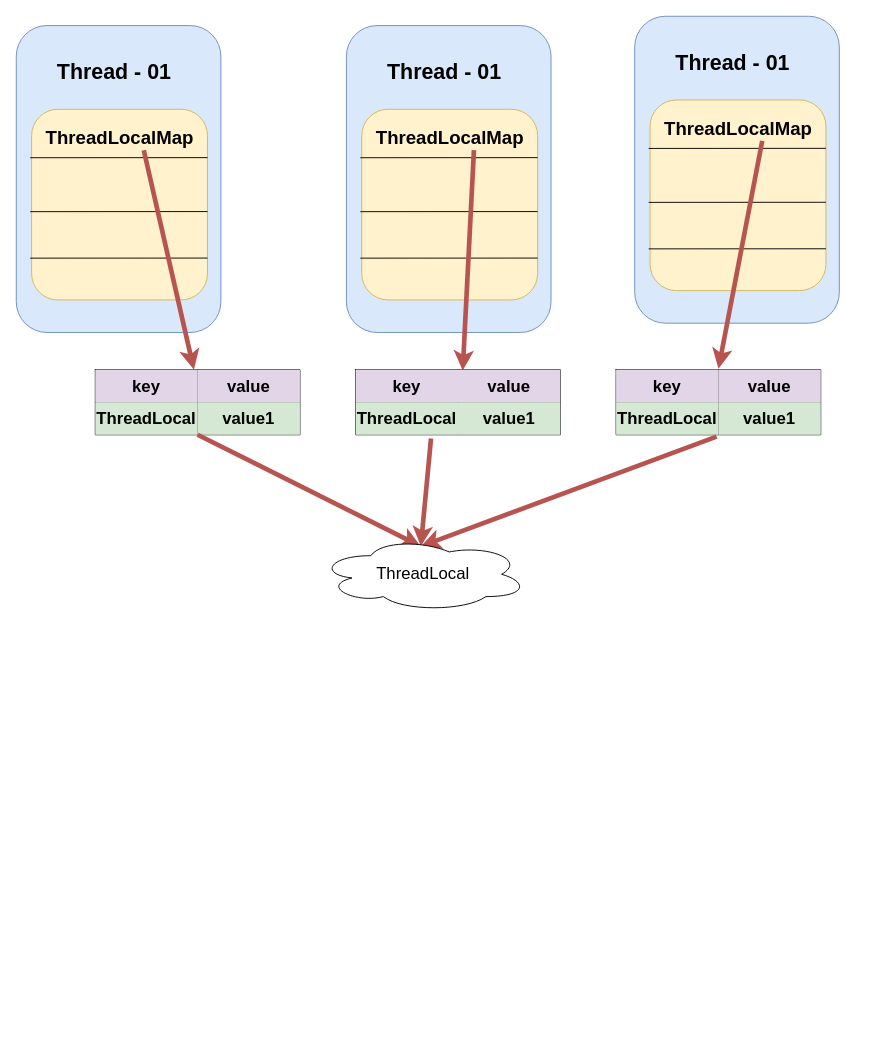
C-wx/MindManager keeps this draw.io diagram as ThreadLocal.drawio. Above is the earlier version. Source tidied: cells renumbered, new cells numbered last; positions are measured from the earlier drawing's top-left corner, leaving out a move shared by most shapes. Both pictures are drawn from the tidied source at 93%, with x=0, y=0 at pixel (16, 16).
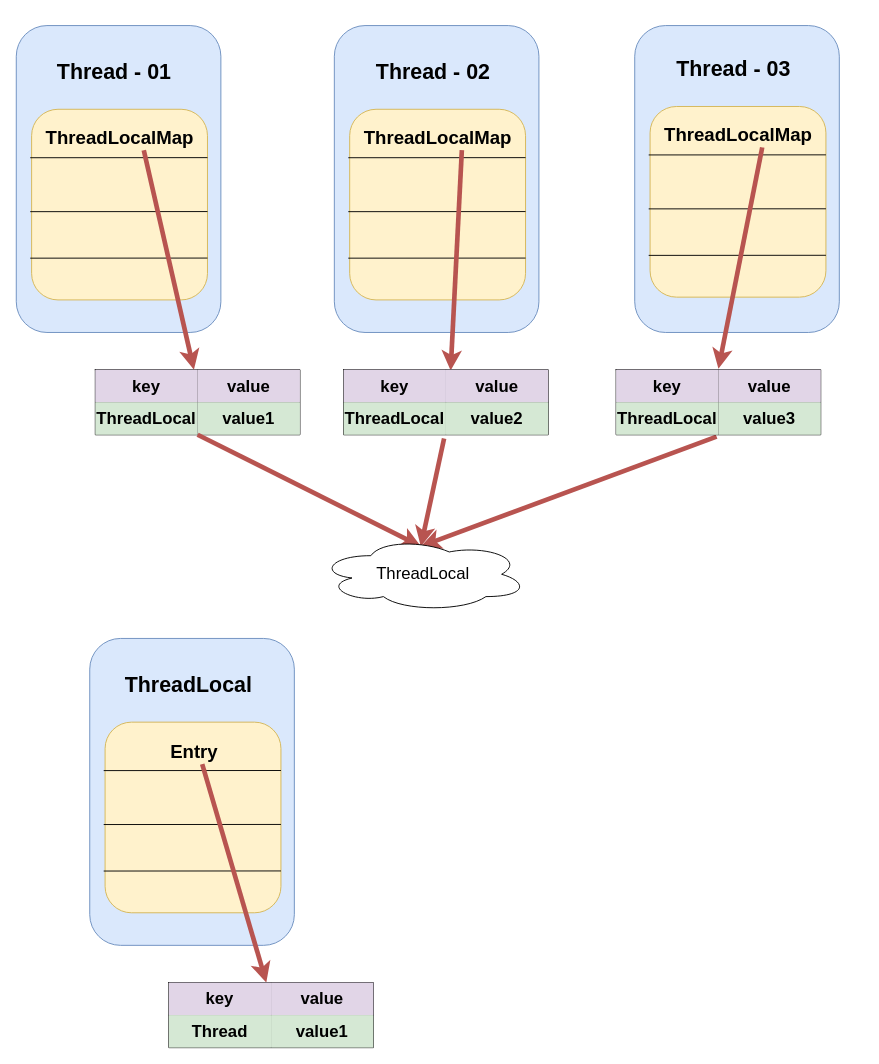
The same page after the edit.

Unchanged cells that the change refers to:
```xml
<mxCell id="50" style="shape=partialRectangle;html=1;whiteSpace=wrap;fillColor=none;top=0;left=0;bottom=0;right=0;points=[[0,0.5],[1,0.5]];portConstraint=eastwest;fontSize=18;fontStyle=1;" parent="46" vertex="1">
  <mxGeometry y="35" width="220" height="35" as="geometry" />
</mxCell>
```

What changed in the source:
```diff
@@
     <mxCell id="12" style="rounded=1;whiteSpace=wrap;html=1;fillColor=#dae8fc;strokeColor=#6c8ebf;" parent="1" vertex="1">
-      <mxGeometry x="355" y="10" width="220" height="330" as="geometry" />
+      <mxGeometry x="342" y="10" width="220" height="330" as="geometry" />
     </mxCell>
-    <mxCell id="13" value="&lt;font size=&quot;1&quot;&gt;&lt;b style=&quot;font-size: 23px&quot;&gt;Thread - 01&lt;/b&gt;&lt;/font&gt;" style="text;html=1;align=center;verticalAlign=middle;" parent="1" vertex="1">
-      <mxGeometry x="390" y="50" width="140" height="20" as="geometry" />
+    <mxCell id="13" value="&lt;font size=&quot;1&quot;&gt;&lt;b style=&quot;font-size: 23px&quot;&gt;Thread - 02&lt;/b&gt;&lt;/font&gt;" style="text;html=1;align=center;verticalAlign=middle;" parent="1" vertex="1">
+      <mxGeometry x="381" y="49" width="133" height="22" as="geometry" />
     </mxCell>
     <mxCell id="14" style="group;" parent="1" vertex="1">
-      <mxGeometry x="370" y="100" width="230" height="205" as="geometry" />
+      <mxGeometry x="357" y="100" width="230" height="205" as="geometry" />
     </mxCell>
@@
-    <mxCell id="22" style="shape=table;html=1;whiteSpace=wrap;startSize=0;childLayout=tableLayout;fontSize=18;fontStyle=1;" parent="1" vertex="1">
-      <mxGeometry x="365" y="380" width="220" height="70" as="geometry" />
-    </mxCell>
-    <mxCell id="23" style="shape=partialRectangle;html=1;whiteSpace=wrap;fillColor=none;top=0;left=0;bottom=0;right=0;points=[[0,0.5],[1,0.5]];portConstraint=eastwest;fontSize=18;fontStyle=1;" parent="22" vertex="1">
-      <mxGeometry width="220" height="35" as="geometry" />
-    </mxCell>
-    <mxCell id="24" value="key" style="shape=partialRectangle;html=1;whiteSpace=wrap;overflow=hidden;fillColor=#e1d5e7;top=0;left=0;bottom=0;right=0;fontSize=18;fontStyle=1;strokeColor=#9673a6;" parent="23" vertex="1">
-      <mxGeometry width="110" height="35" as="geometry" />
-    </mxCell>
-    <mxCell id="25" value="value" style="shape=partialRectangle;html=1;whiteSpace=wrap;overflow=hidden;fillColor=#e1d5e7;top=0;left=0;bottom=0;right=0;fontSize=18;fontStyle=1;strokeColor=#9673a6;" parent="23" vertex="1">
-      <mxGeometry x="110" width="110" height="35" as="geometry" />
-    </mxCell>
-    <mxCell id="26" style="shape=partialRectangle;html=1;whiteSpace=wrap;fillColor=none;top=0;left=0;bottom=0;right=0;points=[[0,0.5],[1,0.5]];portConstraint=eastwest;fontSize=18;fontStyle=1;" parent="22" vertex="1">
-      <mxGeometry y="35" width="220" height="35" as="geometry" />
-    </mxCell>
-    <mxCell id="27" value="ThreadLocal" style="shape=partialRectangle;html=1;whiteSpace=wrap;overflow=hidden;fillColor=#d5e8d4;top=0;left=0;bottom=0;right=0;fontSize=18;fontStyle=1;strokeColor=#82b366;" parent="26" vertex="1">
-      <mxGeometry width="110" height="35" as="geometry" />
-    </mxCell>
-    <mxCell id="28" value="value1" style="shape=partialRectangle;html=1;whiteSpace=wrap;overflow=hidden;fillColor=#d5e8d4;top=0;left=0;bottom=0;right=0;fontSize=18;fontStyle=1;strokeColor=#82b366;" parent="26" vertex="1">
-      <mxGeometry x="110" width="110" height="35" as="geometry" />
-    </mxCell>
@@
     <mxCell id="36" style="rounded=1;whiteSpace=wrap;html=1;fillColor=#dae8fc;strokeColor=#6c8ebf;" parent="1" vertex="1">
-      <mxGeometry x="665" width="220" height="330" as="geometry" />
+      <mxGeometry x="665" y="10" width="220" height="330" as="geometry" />
     </mxCell>
-    <mxCell id="37" value="&lt;font size=&quot;1&quot;&gt;&lt;b style=&quot;font-size: 23px&quot;&gt;Thread - 01&lt;/b&gt;&lt;/font&gt;" style="text;html=1;align=center;verticalAlign=middle;" parent="1" vertex="1">
-      <mxGeometry x="700" y="40" width="140" height="20" as="geometry" />
+    <mxCell id="37" value="&lt;font size=&quot;1&quot;&gt;&lt;b style=&quot;font-size: 23px&quot;&gt;Thread - 03&lt;/b&gt;&lt;/font&gt;" style="text;html=1;align=center;verticalAlign=middle;" parent="1" vertex="1">
+      <mxGeometry x="704" y="46" width="133" height="22" as="geometry" />
     </mxCell>
     <mxCell id="38" style="group;" parent="1" vertex="1">
-      <mxGeometry x="680" y="90" width="230" height="205" as="geometry" />
+      <mxGeometry x="680" y="97" width="230" height="205" as="geometry" />
     </mxCell>
@@
+    <mxCell id="53" style="endArrow=classic;html=1;exitX=0.653;exitY=1.2;exitDx=0;exitDy=0;exitPerimeter=0;fillColor=#f8cecc;strokeColor=#B85450;strokeWidth=5;" parent="1" edge="1">
+      <mxGeometry relative="1" as="geometry">
+        <mxPoint x="195" y="450" as="sourcePoint" />
+        <mxPoint x="435" y="570" as="targetPoint" />
+      </mxGeometry>
+    </mxCell>
+    <mxCell id="54" style="endArrow=classic;html=1;exitX=0.491;exitY=1.114;exitDx=0;exitDy=0;exitPerimeter=0;fillColor=#f8cecc;strokeColor=#B85450;strokeWidth=5;" parent="1" edge="1" source="26">
+      <mxGeometry relative="1" as="geometry">
+        <mxPoint x="435" y="570" as="targetPoint" />
+      </mxGeometry>
+    </mxCell>
+    <mxCell id="55" style="endArrow=classic;html=1;exitX=0.491;exitY=1.057;exitDx=0;exitDy=0;exitPerimeter=0;fillColor=#f8cecc;strokeColor=#B85450;strokeWidth=5;" parent="1" edge="1" source="50">
+      <mxGeometry relative="1" as="geometry">
+        <mxPoint x="435" y="570" as="targetPoint" />
+      </mxGeometry>
+    </mxCell>
+    <mxCell id="56" value="ThreadLocal" style="ellipse;shape=cloud;whiteSpace=wrap;html=1;align=center;fontSize=18;" parent="1" vertex="1">
+      <mxGeometry x="325" y="560" width="225" height="80" as="geometry" />
+    </mxCell>
@@
-    <mxCell id="52" value="value1" style="shape=partialRectangle;html=1;whiteSpace=wrap;overflow=hidden;fillColor=#d5e8d4;top=0;left=0;bottom=0;right=0;fontSize=18;fontStyle=1;strokeColor=#82b366;" parent="50" vertex="1">
+    <mxCell id="52" value="value3" style="shape=partialRectangle;html=1;whiteSpace=wrap;overflow=hidden;fillColor=#d5e8d4;top=0;left=0;bottom=0;right=0;fontSize=18;fontStyle=1;strokeColor=#82b366;" parent="50" vertex="1">
       <mxGeometry x="110" width="110" height="35" as="geometry" />
     </mxCell>
-    <mxCell id="53" style="endArrow=classic;html=1;exitX=0.653;exitY=1.2;exitDx=0;exitDy=0;exitPerimeter=0;fillColor=#f8cecc;strokeColor=#B85450;strokeWidth=5;" parent="1" edge="1">
-      <mxGeometry relative="1" as="geometry">
-        <mxPoint x="195" y="450" as="sourcePoint" />
-        <mxPoint x="435" y="570" as="targetPoint" />
-      </mxGeometry>
-    </mxCell>
-    <mxCell id="54" style="endArrow=classic;html=1;exitX=0.368;exitY=1.114;exitDx=0;exitDy=0;exitPerimeter=0;fillColor=#f8cecc;strokeColor=#B85450;strokeWidth=5;" parent="1" edge="1" source="26">
-      <mxGeometry relative="1" as="geometry">
-        <mxPoint x="435" y="570" as="targetPoint" />
-      </mxGeometry>
-    </mxCell>
-    <mxCell id="55" style="endArrow=classic;html=1;exitX=0.491;exitY=1.057;exitDx=0;exitDy=0;exitPerimeter=0;fillColor=#f8cecc;strokeColor=#B85450;strokeWidth=5;" parent="1" edge="1" source="50">
-      <mxGeometry relative="1" as="geometry">
-        <mxPoint x="435" y="570" as="targetPoint" />
-      </mxGeometry>
-    </mxCell>
-    <mxCell id="56" value="ThreadLocal" style="ellipse;shape=cloud;whiteSpace=wrap;html=1;align=center;fontSize=18;" parent="1" vertex="1">
-      <mxGeometry x="325" y="560" width="225" height="80" as="geometry" />
-    </mxCell>
+    <mxCell id="22" style="shape=table;html=1;whiteSpace=wrap;startSize=0;childLayout=tableLayout;fontSize=18;fontStyle=1;" parent="1" vertex="1">
+      <mxGeometry x="352" y="380" width="220" height="70" as="geometry" />
+    </mxCell>
+    <mxCell id="23" style="shape=partialRectangle;html=1;whiteSpace=wrap;fillColor=none;top=0;left=0;bottom=0;right=0;points=[[0,0.5],[1,0.5]];portConstraint=eastwest;fontSize=18;fontStyle=1;" parent="22" vertex="1">
+      <mxGeometry width="220" height="35" as="geometry" />
+    </mxCell>
+    <mxCell id="24" value="key" style="shape=partialRectangle;html=1;whiteSpace=wrap;overflow=hidden;fillColor=#e1d5e7;top=0;left=0;bottom=0;right=0;fontSize=18;fontStyle=1;strokeColor=#9673a6;" parent="23" vertex="1">
+      <mxGeometry width="110" height="35" as="geometry" />
+    </mxCell>
+    <mxCell id="25" value="value" style="shape=partialRectangle;html=1;whiteSpace=wrap;overflow=hidden;fillColor=#e1d5e7;top=0;left=0;bottom=0;right=0;fontSize=18;fontStyle=1;strokeColor=#9673a6;" parent="23" vertex="1">
+      <mxGeometry x="110" width="110" height="35" as="geometry" />
+    </mxCell>
+    <mxCell id="26" style="shape=partialRectangle;html=1;whiteSpace=wrap;fillColor=none;top=0;left=0;bottom=0;right=0;points=[[0,0.5],[1,0.5]];portConstraint=eastwest;fontSize=18;fontStyle=1;" parent="22" vertex="1">
+      <mxGeometry y="35" width="220" height="35" as="geometry" />
+    </mxCell>
+    <mxCell id="27" value="ThreadLocal" style="shape=partialRectangle;html=1;whiteSpace=wrap;overflow=hidden;fillColor=#d5e8d4;top=0;left=0;bottom=0;right=0;fontSize=18;fontStyle=1;strokeColor=#82b366;" parent="26" vertex="1">
+      <mxGeometry width="110" height="35" as="geometry" />
+    </mxCell>
+    <mxCell id="28" value="value2" style="shape=partialRectangle;html=1;whiteSpace=wrap;overflow=hidden;fillColor=#d5e8d4;top=0;left=0;bottom=0;right=0;fontSize=18;fontStyle=1;strokeColor=#82b366;" parent="26" vertex="1">
+      <mxGeometry x="110" width="110" height="35" as="geometry" />
+    </mxCell>
+    <mxCell id="57" style="rounded=1;whiteSpace=wrap;html=1;fillColor=#dae8fc;strokeColor=#6c8ebf;" parent="1" vertex="1">
+      <mxGeometry x="79" y="669" width="220" height="330" as="geometry" />
+    </mxCell>
+    <mxCell id="58" value="&lt;font size=&quot;1&quot;&gt;&lt;b style=&quot;font-size: 23px&quot;&gt;ThreadLocal&lt;/b&gt;&lt;/font&gt;" style="text;html=1;align=center;verticalAlign=middle;" parent="1" vertex="1">
+      <mxGeometry x="111" y="708" width="147" height="22" as="geometry" />
+    </mxCell>
+    <mxCell id="59" style="group;" parent="1" vertex="1">
+      <mxGeometry x="94" y="759" width="230" height="205" as="geometry" />
+    </mxCell>
+    <mxCell id="60" style="group;" parent="59" vertex="1">
+      <mxGeometry width="230" height="205" as="geometry" />
+    </mxCell>
+    <mxCell id="61" style="rounded=1;whiteSpace=wrap;html=1;fillColor=#fff2cc;strokeColor=#d6b656;" parent="60" vertex="1">
+      <mxGeometry x="1.5" width="189.1" height="205" as="geometry" />
+    </mxCell>
+    <mxCell id="62" style="endArrow=none;html=1;entryX=-0.008;entryY=0.305;entryDx=0;entryDy=0;entryPerimeter=0;" parent="60" edge="1">
+      <mxGeometry relative="1" as="geometry">
+        <mxPoint x="190.6" y="52" as="sourcePoint" />
+        <mxPoint y="52.1" as="targetPoint" />
+      </mxGeometry>
+    </mxCell>
+    <mxCell id="63" style="endArrow=none;html=1;entryX=-0.008;entryY=0.305;entryDx=0;entryDy=0;entryPerimeter=0;" parent="60" edge="1">
+      <mxGeometry relative="1" as="geometry">
+        <mxPoint x="190.6" y="110" as="sourcePoint" />
+        <mxPoint y="110.1" as="targetPoint" />
+      </mxGeometry>
+    </mxCell>
+    <mxCell id="64" style="endArrow=none;html=1;entryX=-0.008;entryY=0.305;entryDx=0;entryDy=0;entryPerimeter=0;" parent="60" edge="1">
+      <mxGeometry relative="1" as="geometry">
+        <mxPoint x="190.6" y="160" as="sourcePoint" />
+        <mxPoint y="160.1" as="targetPoint" />
+      </mxGeometry>
+    </mxCell>
+    <mxCell id="65" value="&lt;span style=&quot;font-size: 20px&quot;&gt;&lt;b&gt;Entry&lt;/b&gt;&lt;/span&gt;" style="text;html=1;align=center;verticalAlign=middle;points=[];" parent="60" vertex="1">
+      <mxGeometry x="66.1" y="20" width="61" height="21" as="geometry" />
+    </mxCell>
+    <mxCell id="66" style="endArrow=classic;html=1;exitX=0.653;exitY=1.2;exitDx=0;exitDy=0;exitPerimeter=0;fillColor=#f8cecc;strokeColor=#B85450;strokeWidth=5;" parent="1" edge="1" source="65" target="68">
+      <mxGeometry relative="1" as="geometry" />
+    </mxCell>
+    <mxCell id="67" style="shape=table;html=1;whiteSpace=wrap;startSize=0;childLayout=tableLayout;fontSize=18;fontStyle=1;" parent="1" vertex="1">
+      <mxGeometry x="164" y="1039" width="220" height="70" as="geometry" />
+    </mxCell>
+    <mxCell id="68" style="shape=partialRectangle;html=1;whiteSpace=wrap;fillColor=none;top=0;left=0;bottom=0;right=0;points=[[0,0.5],[1,0.5]];portConstraint=eastwest;fontSize=18;fontStyle=1;" parent="67" vertex="1">
+      <mxGeometry width="220" height="35" as="geometry" />
+    </mxCell>
+    <mxCell id="69" value="key" style="shape=partialRectangle;html=1;whiteSpace=wrap;overflow=hidden;fillColor=#e1d5e7;top=0;left=0;bottom=0;right=0;fontSize=18;fontStyle=1;strokeColor=#9673a6;" parent="68" vertex="1">
+      <mxGeometry width="110" height="35" as="geometry" />
+    </mxCell>
+    <mxCell id="70" value="value" style="shape=partialRectangle;html=1;whiteSpace=wrap;overflow=hidden;fillColor=#e1d5e7;top=0;left=0;bottom=0;right=0;fontSize=18;fontStyle=1;strokeColor=#9673a6;" parent="68" vertex="1">
+      <mxGeometry x="110" width="110" height="35" as="geometry" />
+    </mxCell>
+    <mxCell id="71" style="shape=partialRectangle;html=1;whiteSpace=wrap;fillColor=none;top=0;left=0;bottom=0;right=0;fontSize=18;fontStyle=1;" parent="67" vertex="1">
+      <mxGeometry y="35" width="220" height="35" as="geometry" />
+    </mxCell>
+    <mxCell id="72" value="Thread" style="shape=partialRectangle;html=1;whiteSpace=wrap;overflow=hidden;fillColor=#d5e8d4;top=0;left=0;bottom=0;right=0;fontSize=18;fontStyle=1;strokeColor=#82b366;" parent="71" vertex="1">
+      <mxGeometry width="110" height="35" as="geometry" />
+    </mxCell>
+    <mxCell id="73" value="value1" style="shape=partialRectangle;html=1;whiteSpace=wrap;overflow=hidden;fillColor=#d5e8d4;top=0;left=0;bottom=0;right=0;fontSize=18;fontStyle=1;strokeColor=#82b366;" parent="71" vertex="1">
+      <mxGeometry x="110" width="110" height="35" as="geometry" />
+    </mxCell>
```
